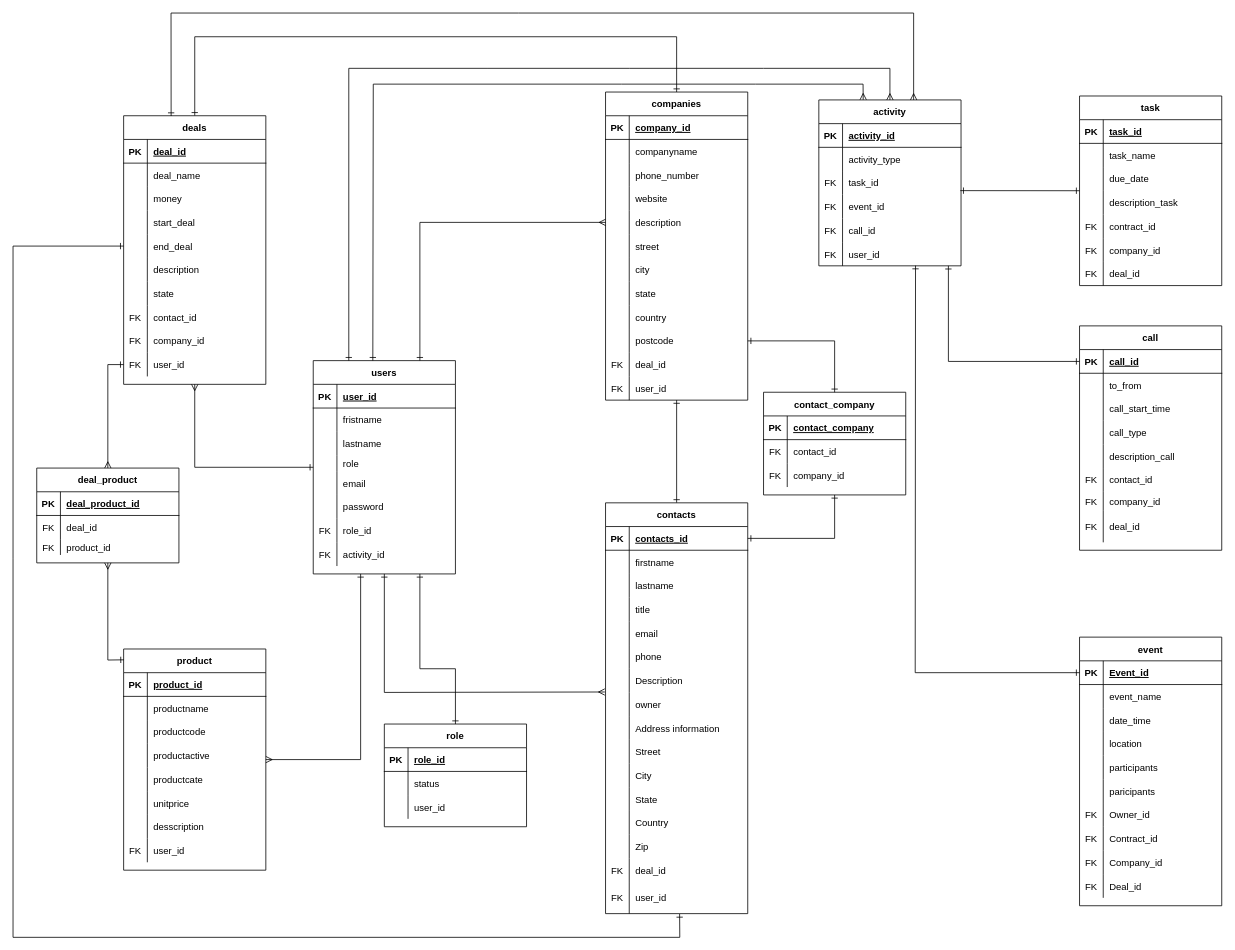
The draw.io diagram page "ALL" (1 of 10) of Untitled Diagram.drawio in stamppls/crm-design, before the edit. Source tidied: cells renumbered, new cells numbered last; positions are measured from the earlier drawing's top-left corner, leaving out a move shared by most shapes. Both pictures are drawn from the tidied source at 79%, with x=0, y=0 at pixel (13, 13).
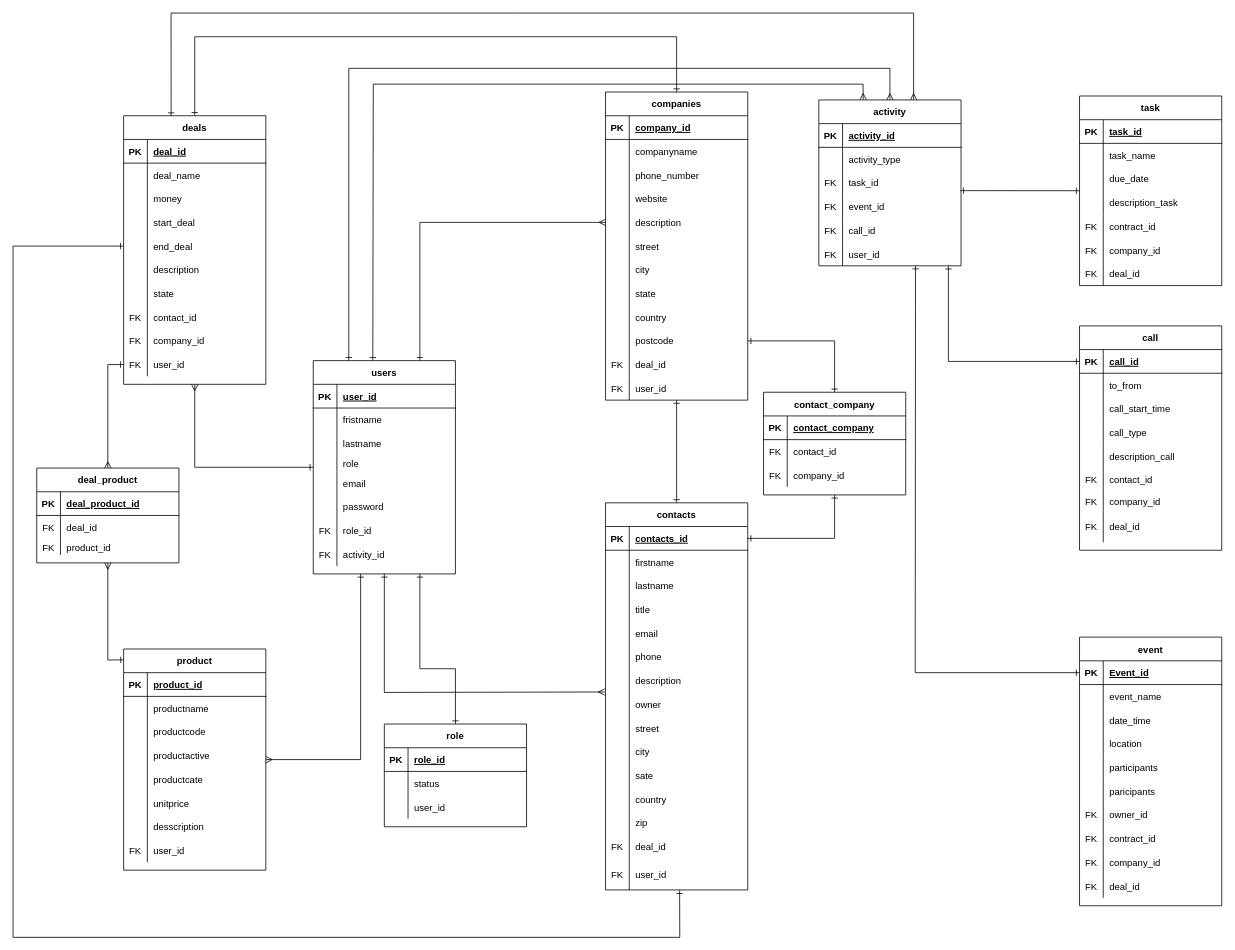
After the change.

Unchanged cells that the change refers to:
```xml
<mxCell id="89" style="shape=partialRectangle;fillColor=none;top=0;left=0;bottom=0;right=0;" parent="70" vertex="1">
  <mxGeometry y="210" width="180" height="30" as="geometry" />
</mxCell>
<mxCell id="185" style="shape=partialRectangle;fillColor=none;top=0;left=0;bottom=0;right=0;" parent="166" vertex="1">
  <mxGeometry y="210" width="180" height="30" as="geometry" />
</mxCell>
<mxCell id="188" style="shape=partialRectangle;fillColor=none;top=0;left=0;bottom=0;right=0;" parent="166" vertex="1">
  <mxGeometry y="240" width="180" height="30" as="geometry" />
</mxCell>
<mxCell id="191" style="shape=partialRectangle;fillColor=none;top=0;left=0;bottom=0;right=0;" parent="166" vertex="1">
  <mxGeometry y="270" width="180" height="30" as="geometry" />
</mxCell>
<mxCell id="194" style="shape=partialRectangle;fillColor=none;top=0;left=0;bottom=0;right=0;" parent="166" vertex="1">
  <mxGeometry y="300" width="180" height="30" as="geometry" />
</mxCell>
```

What changed in the source:
```diff
@@
     <mxCell id="70" value="contacts" style="shape=table;startSize=30;childLayout=tableLayout;rowLines=0;fontStyle=1;align=center;" parent="1" vertex="1">
-      <mxGeometry x="750" y="620" width="180" height="520" as="geometry" />
+      <mxGeometry x="750" y="620" width="180" height="490" as="geometry" />
     </mxCell>
@@
-    <mxCell id="91" value="Description" style="shape=partialRectangle;fillColor=none;top=0;left=0;bottom=0;right=0;align=left;spacingLeft=6;overflow=hidden;" parent="89" vertex="1">
+    <mxCell id="91" value="description" style="shape=partialRectangle;fillColor=none;top=0;left=0;bottom=0;right=0;align=left;spacingLeft=6;overflow=hidden;" parent="89" vertex="1">
       <mxGeometry x="30" width="150" height="30" as="geometry" />
     </mxCell>
@@
-    <mxCell id="95" style="shape=partialRectangle;fillColor=none;top=0;left=0;bottom=0;right=0;" parent="70" vertex="1">
-      <mxGeometry y="270" width="180" height="30" as="geometry" />
-    </mxCell>
-    <mxCell id="96" style="shape=partialRectangle;fillColor=none;top=0;left=0;bottom=0;right=0;overflow=hidden;" parent="95" vertex="1">
-      <mxGeometry width="30" height="30" as="geometry" />
-    </mxCell>
-    <mxCell id="97" value="Address information" style="shape=partialRectangle;fillColor=none;top=0;left=0;bottom=0;right=0;align=left;spacingLeft=6;overflow=hidden;" parent="95" vertex="1">
-      <mxGeometry x="30" width="150" height="30" as="geometry" />
-    </mxCell>
     <mxCell id="98" style="shape=partialRectangle;fillColor=none;top=0;left=0;bottom=0;right=0;" parent="70" vertex="1">
-      <mxGeometry y="300" width="180" height="30" as="geometry" />
+      <mxGeometry y="270" width="180" height="30" as="geometry" />
     </mxCell>
@@
-    <mxCell id="100" value="Street" style="shape=partialRectangle;fillColor=none;top=0;left=0;bottom=0;right=0;align=left;spacingLeft=6;overflow=hidden;" parent="98" vertex="1">
+    <mxCell id="100" value="street" style="shape=partialRectangle;fillColor=none;top=0;left=0;bottom=0;right=0;align=left;spacingLeft=6;overflow=hidden;" parent="98" vertex="1">
       <mxGeometry x="30" width="150" height="30" as="geometry" />
     </mxCell>
     <mxCell id="101" style="shape=partialRectangle;fillColor=none;top=0;left=0;bottom=0;right=0;" parent="70" vertex="1">
-      <mxGeometry y="330" width="180" height="30" as="geometry" />
+      <mxGeometry y="300" width="180" height="30" as="geometry" />
     </mxCell>
@@
-    <mxCell id="103" value="City" style="shape=partialRectangle;fillColor=none;top=0;left=0;bottom=0;right=0;align=left;spacingLeft=6;overflow=hidden;" parent="101" vertex="1">
+    <mxCell id="103" value="city" style="shape=partialRectangle;fillColor=none;top=0;left=0;bottom=0;right=0;align=left;spacingLeft=6;overflow=hidden;" parent="101" vertex="1">
       <mxGeometry x="30" width="150" height="30" as="geometry" />
     </mxCell>
     <mxCell id="104" style="shape=partialRectangle;fillColor=none;top=0;left=0;bottom=0;right=0;" parent="70" vertex="1">
-      <mxGeometry y="360" width="180" height="30" as="geometry" />
+      <mxGeometry y="330" width="180" height="30" as="geometry" />
     </mxCell>
@@
-    <mxCell id="106" value="State" style="shape=partialRectangle;fillColor=none;top=0;left=0;bottom=0;right=0;align=left;spacingLeft=6;overflow=hidden;" parent="104" vertex="1">
+    <mxCell id="106" value="sate" style="shape=partialRectangle;fillColor=none;top=0;left=0;bottom=0;right=0;align=left;spacingLeft=6;overflow=hidden;" parent="104" vertex="1">
       <mxGeometry x="30" width="150" height="30" as="geometry" />
     </mxCell>
     <mxCell id="107" style="shape=partialRectangle;fillColor=none;top=0;left=0;bottom=0;right=0;" parent="70" vertex="1">
-      <mxGeometry y="390" width="180" height="30" as="geometry" />
+      <mxGeometry y="360" width="180" height="30" as="geometry" />
     </mxCell>
@@
-    <mxCell id="109" value="Country" style="shape=partialRectangle;fillColor=none;top=0;left=0;bottom=0;right=0;align=left;spacingLeft=6;overflow=hidden;" parent="107" vertex="1">
+    <mxCell id="109" value="country" style="shape=partialRectangle;fillColor=none;top=0;left=0;bottom=0;right=0;align=left;spacingLeft=6;overflow=hidden;" parent="107" vertex="1">
       <mxGeometry x="30" width="150" height="30" as="geometry" />
     </mxCell>
     <mxCell id="110" style="shape=partialRectangle;fillColor=none;top=0;left=0;bottom=0;right=0;" parent="70" vertex="1">
-      <mxGeometry y="420" width="180" height="30" as="geometry" />
+      <mxGeometry y="390" width="180" height="30" as="geometry" />
     </mxCell>
@@
-    <mxCell id="112" value="Zip" style="shape=partialRectangle;fillColor=none;top=0;left=0;bottom=0;right=0;align=left;spacingLeft=6;overflow=hidden;" parent="110" vertex="1">
+    <mxCell id="112" value="zip" style="shape=partialRectangle;fillColor=none;top=0;left=0;bottom=0;right=0;align=left;spacingLeft=6;overflow=hidden;" parent="110" vertex="1">
       <mxGeometry x="30" width="150" height="30" as="geometry" />
     </mxCell>
     <mxCell id="113" style="shape=partialRectangle;fillColor=none;top=0;left=0;bottom=0;right=0;" parent="70" vertex="1">
-      <mxGeometry y="450" width="180" height="30" as="geometry" />
+      <mxGeometry y="420" width="180" height="30" as="geometry" />
     </mxCell>
@@
     <mxCell id="116" style="shape=partialRectangle;fillColor=none;top=0;left=0;bottom=0;right=0;points=[[0,0.5],[1,0.5]];portConstraint=eastwest;" parent="70" vertex="1">
-      <mxGeometry y="480" width="180" height="40" as="geometry" />
+      <mxGeometry y="450" width="180" height="40" as="geometry" />
     </mxCell>
@@
-    <mxCell id="187" value="Owner_id" style="shape=partialRectangle;fillColor=none;top=0;left=0;bottom=0;right=0;align=left;spacingLeft=6;overflow=hidden;" parent="185" vertex="1">
+    <mxCell id="187" value="owner_id" style="shape=partialRectangle;fillColor=none;top=0;left=0;bottom=0;right=0;align=left;spacingLeft=6;overflow=hidden;" parent="185" vertex="1">
       <mxGeometry x="30" width="150" height="30" as="geometry" />
     </mxCell>
@@
-    <mxCell id="190" value="Contract_id" style="shape=partialRectangle;fillColor=none;top=0;left=0;bottom=0;right=0;align=left;spacingLeft=6;overflow=hidden;" parent="188" vertex="1">
+    <mxCell id="190" value="contract_id" style="shape=partialRectangle;fillColor=none;top=0;left=0;bottom=0;right=0;align=left;spacingLeft=6;overflow=hidden;" parent="188" vertex="1">
       <mxGeometry x="30" width="150" height="30" as="geometry" />
     </mxCell>
@@
-    <mxCell id="193" value="Company_id" style="shape=partialRectangle;fillColor=none;top=0;left=0;bottom=0;right=0;align=left;spacingLeft=6;overflow=hidden;" parent="191" vertex="1">
+    <mxCell id="193" value="company_id" style="shape=partialRectangle;fillColor=none;top=0;left=0;bottom=0;right=0;align=left;spacingLeft=6;overflow=hidden;" parent="191" vertex="1">
       <mxGeometry x="30" width="150" height="30" as="geometry" />
     </mxCell>
@@
-    <mxCell id="196" value="Deal_id" style="shape=partialRectangle;fillColor=none;top=0;left=0;bottom=0;right=0;align=left;spacingLeft=6;overflow=hidden;" parent="194" vertex="1">
+    <mxCell id="196" value="deal_id" style="shape=partialRectangle;fillColor=none;top=0;left=0;bottom=0;right=0;align=left;spacingLeft=6;overflow=hidden;" parent="194" vertex="1">
       <mxGeometry x="30" width="150" height="30" as="geometry" />
     </mxCell>
```
